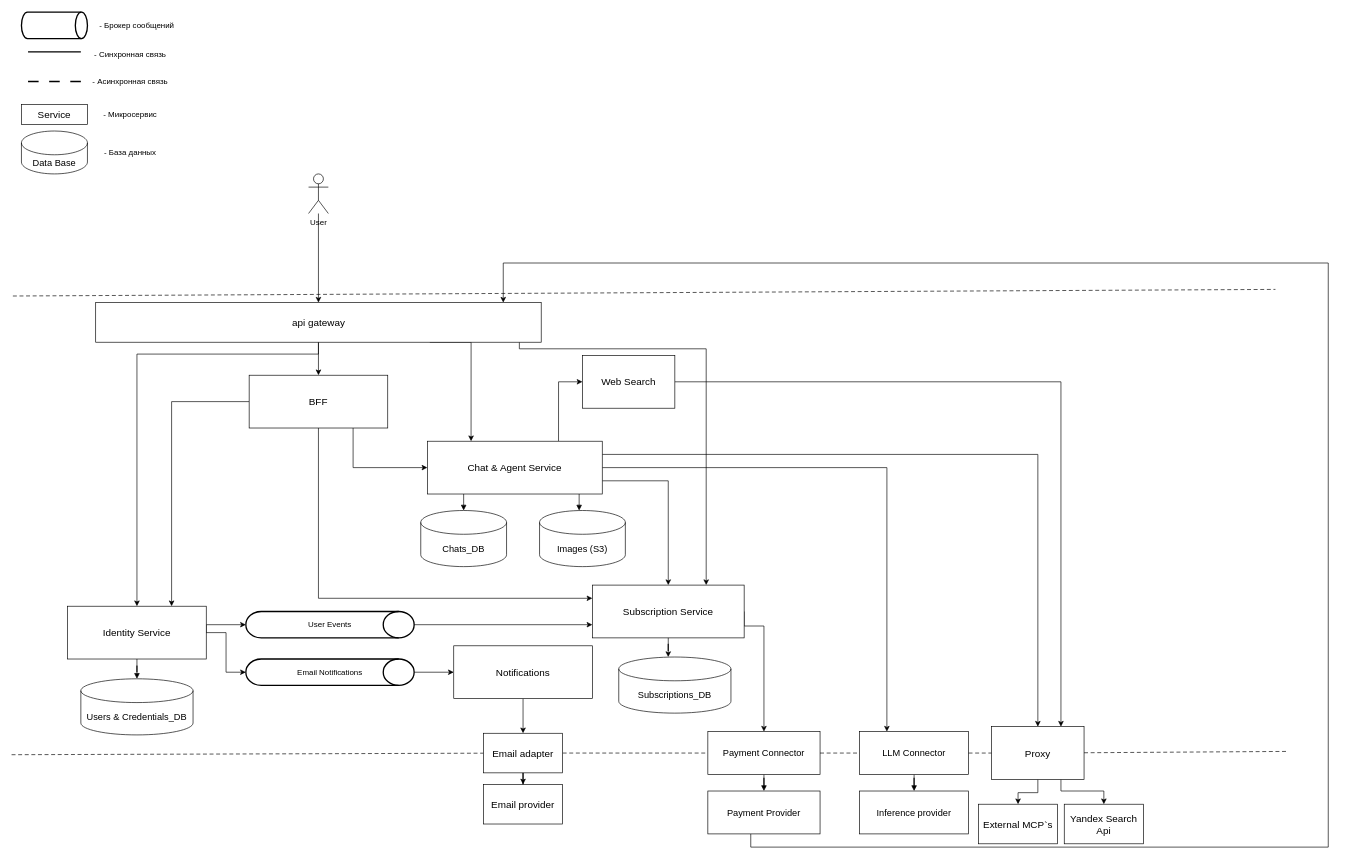
The draw.io diagram Microservices.drawio in ilyascw/ai-th-microservices, before the edit. Source tidied: cells renumbered, new cells numbered last; positions are measured from the earlier drawing's top-left corner, leaving out a move shared by most shapes. Both pictures are drawn from the tidied source at 66%, with x=0, y=0 at pixel (11, 12).
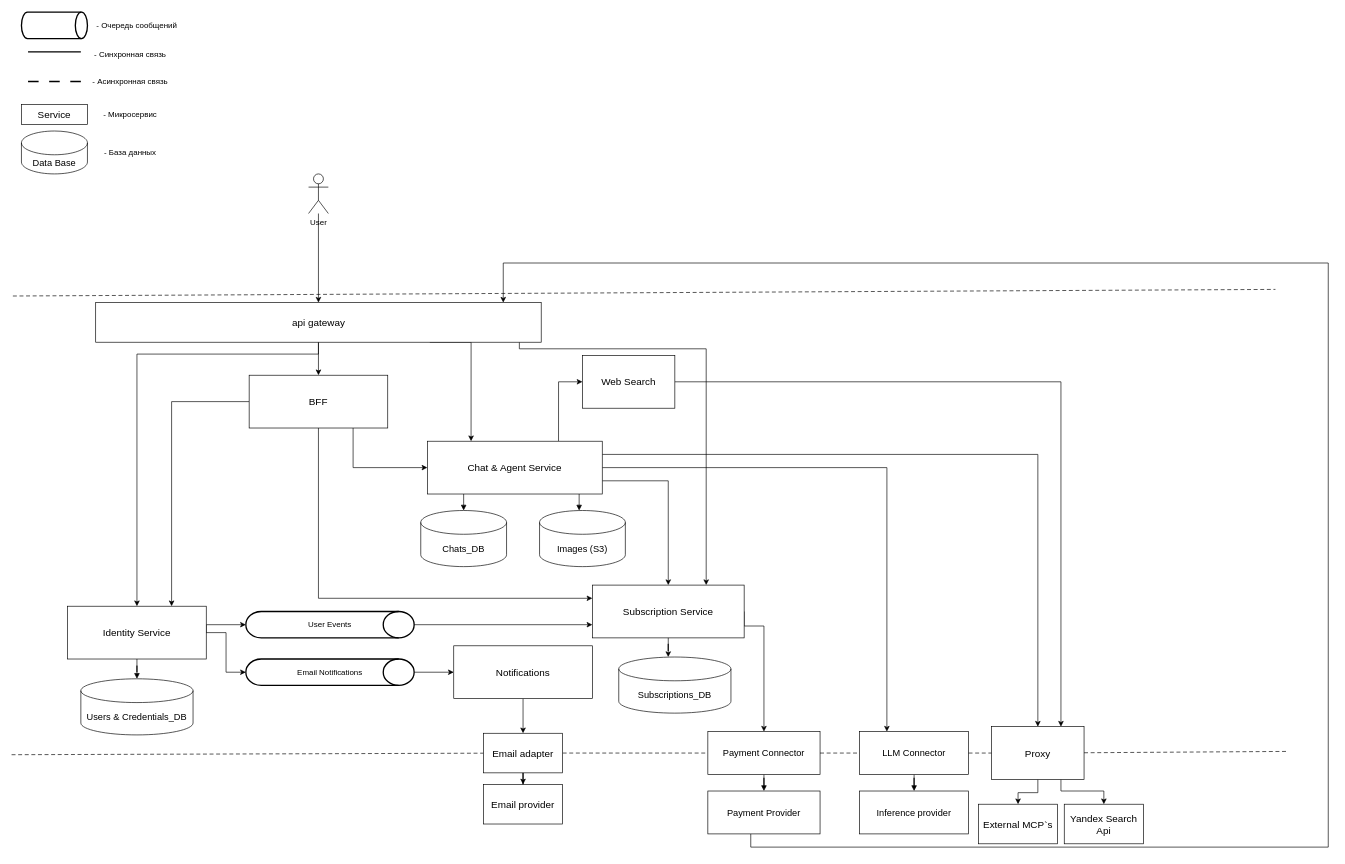
Above is the later version.

Commit message:
Clarify message queue legend in the diagram

The edit, as a diff of the source:
```diff
@@
-    <mxCell id="40" value="- Брокер сообщений" style="text;html=1;whiteSpace=wrap;strokeColor=none;fillColor=none;align=center;verticalAlign=middle;rounded=0;" parent="1" vertex="1">
+    <mxCell id="40" value="- Очередь сообщений" style="text;html=1;whiteSpace=wrap;strokeColor=none;fillColor=none;align=center;verticalAlign=middle;rounded=0;" parent="1" vertex="1">
       <mxGeometry x="125" y="5" width="130" height="30" as="geometry" />
     </mxCell>
```
